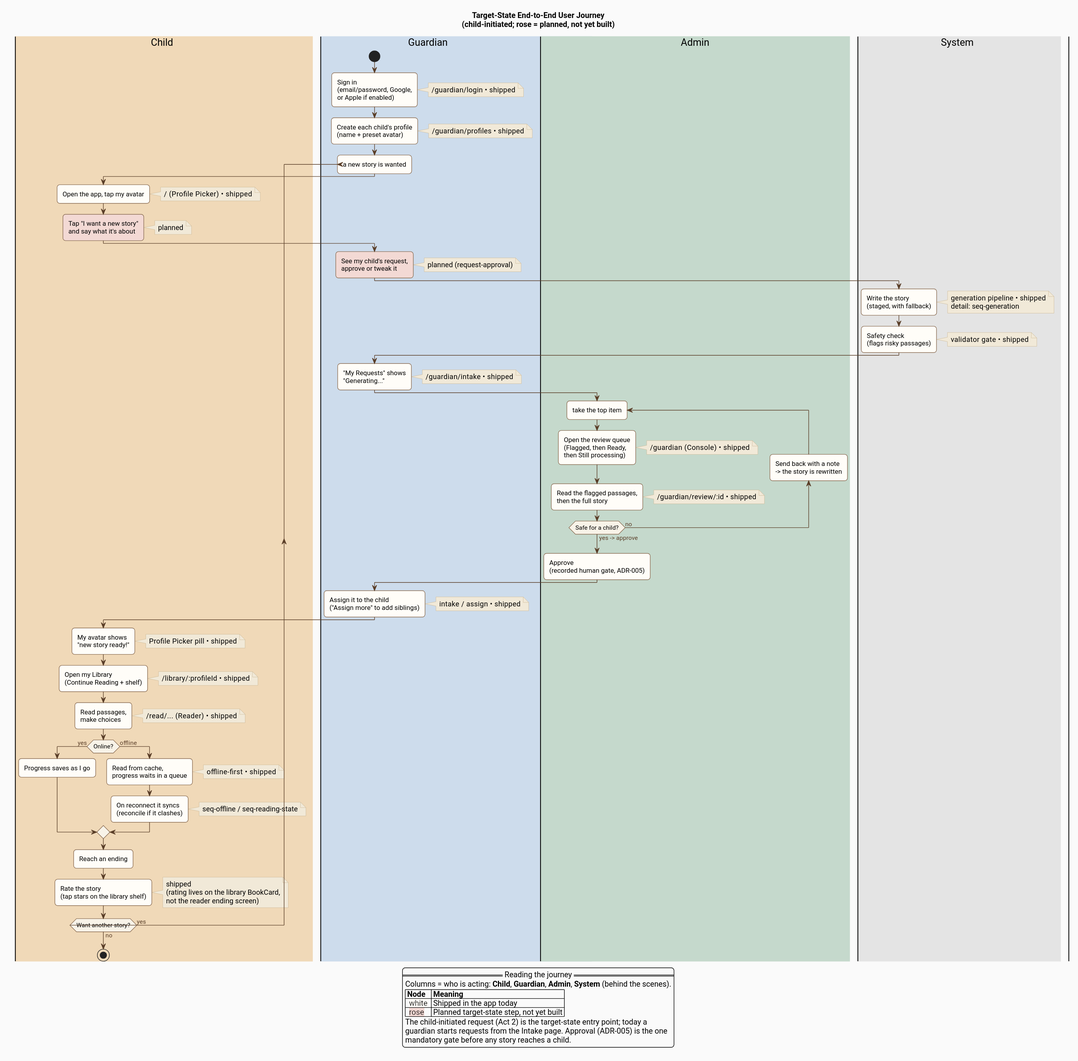
This is docs/architecture/diagrams/journey-end-to-end.svg from ByronWilliamsCPA/cyo-adventure, a PlantUML export, as it was before one commit.
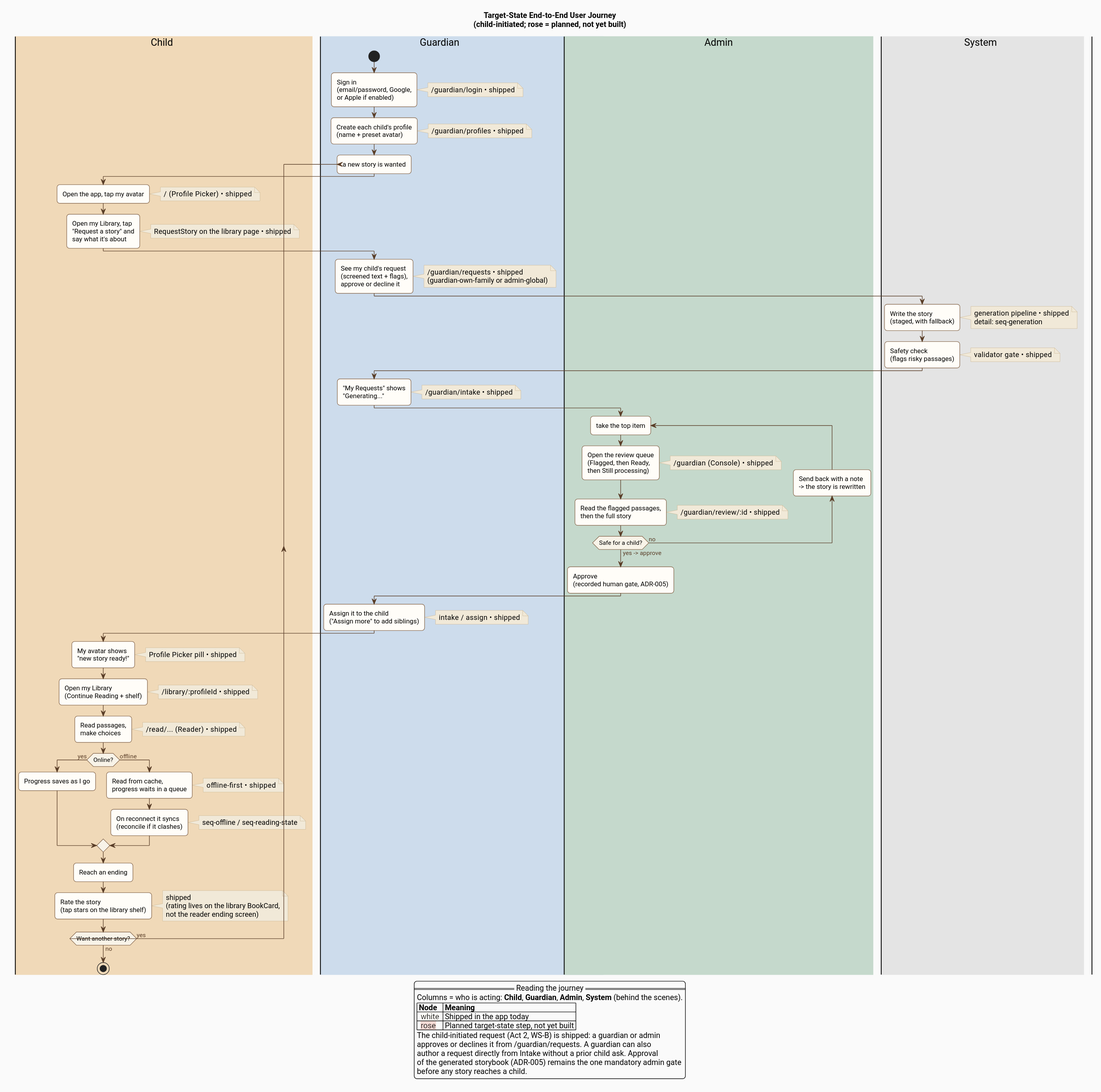
After the change.

What changed in the source:
```diff
@@ -37,13 +37,15 @@
 |Child|
 :Open the app, tap my avatar;
 note right: /  (Profile Picker)  •  shipped
-#F3D9D4:Tap "I want a new story"
-and say what it's about;
-note right: planned
+:Open my Library, tap
+"Request a story" and
+say what it's about;
+note right: RequestStory on the library page  •  shipped
 |Guardian|
-#F3D9D4:See my child's request,
-approve or tweak it;
-note right: planned (request-approval)
+:See my child's request
+(screened text + flags),
+approve or decline it;
+note right: /guardian/requests  •  shipped\n(guardian-own-family or admin-global)
 
 |System|
 :Write the story
@@ -113,8 +115,10 @@
   |= Node |= Meaning |
   |<back:#FFFDF8>  white  </back>| Shipped in the app today |
   |<back:#F3D9D4>  rose   </back>| Planned target-state step, not yet built |
-  The child-initiated request (Act 2) is the target-state entry point; today a
-  guardian starts requests from the Intake page. Approval (ADR-005) is the one
-  mandatory gate before any story reaches a child.
+  The child-initiated request (Act 2, WS-B) is shipped: a guardian or admin
+  approves or declines it from /guardian/requests. A guardian can also
+  author a request directly from Intake without a prior child ask. Approval
+  of the generated storybook (ADR-005) remains the one mandatory admin gate
+  before any story reaches a child.
 endlegend
 @enduml
```
